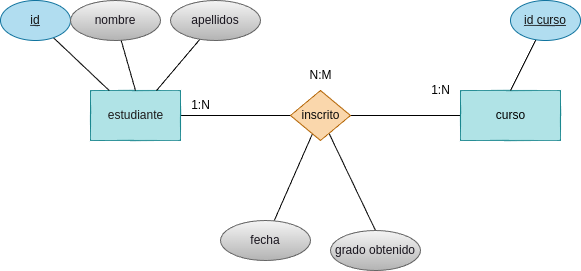
Above: tareas/tarea-3/images/ejercicio12.drawio.png in betancorge/base-datos-2 (draw.io), before the change. Source tidied: cells renumbered, new cells last; positions are measured from the earlier drawing's top-left corner, leaving out a move shared by most shapes.
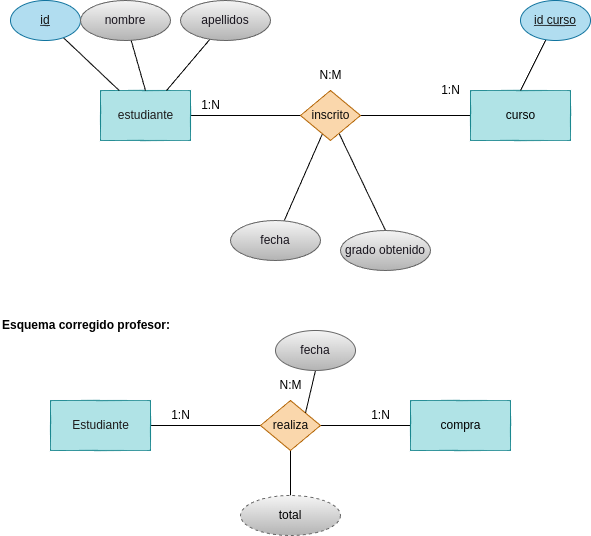
Later version of the same file.

The edit, as a diff of the source:
```diff
@@ -62,5 +62,44 @@
     <mxCell id="21" value="&lt;font color=&quot;#18141d&quot;&gt;grado obtenido&lt;/font&gt;" style="ellipse;whiteSpace=wrap;html=1;align=center;fillColor=#f5f5f5;gradientColor=#b3b3b3;strokeColor=#666666;" parent="1" vertex="1">
       <mxGeometry x="330" y="230" width="90" height="40" as="geometry" />
     </mxCell>
+    <mxCell id="22" value="&lt;h1 style=&quot;margin-top: 0px;&quot;&gt;&lt;font style=&quot;font-size: 12px;&quot;&gt;Esquema corregido profesor:&lt;/font&gt;&lt;/h1&gt;" style="text;html=1;whiteSpace=wrap;overflow=hidden;rounded=0;" parent="1" vertex="1">
+      <mxGeometry x="-10" y="300" width="190" height="50" as="geometry" />
+    </mxCell>
+    <mxCell id="23" style="edgeStyle=none;html=1;entryX=0;entryY=0.5;entryDx=0;entryDy=0;endArrow=none;endFill=0;" parent="1" edge="1" source="24" target="27">
+      <mxGeometry relative="1" as="geometry" />
+    </mxCell>
+    <mxCell id="24" value="&lt;font color=&quot;#1d1b1b&quot;&gt;Estudiante&lt;/font&gt;" style="html=1;dashed=0;whitespace=wrap;fillColor=#b0e3e6;strokeColor=#0e8088;" parent="1" vertex="1">
+      <mxGeometry x="40" y="400" width="100" height="50" as="geometry" />
+    </mxCell>
+    <mxCell id="25" style="edgeStyle=none;html=1;exitX=1;exitY=0.5;exitDx=0;exitDy=0;entryX=0;entryY=0.5;entryDx=0;entryDy=0;endArrow=none;endFill=0;" parent="1" edge="1" source="27" target="28">
+      <mxGeometry relative="1" as="geometry" />
+    </mxCell>
+    <mxCell id="26" style="edgeStyle=none;html=1;entryX=0.5;entryY=0;entryDx=0;entryDy=0;endArrow=none;endFill=0;" parent="1" edge="1" source="27" target="34">
+      <mxGeometry relative="1" as="geometry" />
+    </mxCell>
+    <mxCell id="27" value="&lt;font color=&quot;#0a0a0a&quot;&gt;realiza&lt;/font&gt;" style="shape=rhombus;html=1;dashed=0;whitespace=wrap;perimeter=rhombusPerimeter;fillColor=#fad7ac;strokeColor=#b46504;" parent="1" vertex="1">
+      <mxGeometry x="250" y="400" width="60" height="50" as="geometry" />
+    </mxCell>
+    <mxCell id="28" value="&lt;font color=&quot;#000000&quot;&gt;compra&lt;/font&gt;" style="html=1;dashed=0;whitespace=wrap;fillColor=#b0e3e6;strokeColor=#0e8088;" parent="1" vertex="1">
+      <mxGeometry x="400" y="400" width="100" height="50" as="geometry" />
+    </mxCell>
+    <mxCell id="29" value="1:N" style="text;html=1;align=center;verticalAlign=middle;strokeColor=none;fillColor=none;" parent="1" vertex="1">
+      <mxGeometry x="350" y="400" width="40" height="30" as="geometry" />
+    </mxCell>
+    <mxCell id="30" value="1:N" style="text;html=1;align=center;verticalAlign=middle;strokeColor=none;fillColor=none;" parent="1" vertex="1">
+      <mxGeometry x="150" y="400" width="40" height="30" as="geometry" />
+    </mxCell>
+    <mxCell id="31" value="N:M" style="text;html=1;align=center;verticalAlign=middle;strokeColor=none;fillColor=none;" parent="1" vertex="1">
+      <mxGeometry x="255" y="370" width="50" height="30" as="geometry" />
+    </mxCell>
+    <mxCell id="32" style="edgeStyle=none;html=1;entryX=0.5;entryY=1;entryDx=0;entryDy=0;endArrow=none;endFill=0;exitX=1;exitY=0;exitDx=0;exitDy=0;" parent="1" edge="1" source="27" target="33">
+      <mxGeometry relative="1" as="geometry" />
+    </mxCell>
+    <mxCell id="33" value="&lt;font color=&quot;#18141d&quot;&gt;fecha&lt;/font&gt;" style="ellipse;whiteSpace=wrap;html=1;align=center;fillColor=#f5f5f5;gradientColor=#b3b3b3;strokeColor=#666666;" parent="1" vertex="1">
+      <mxGeometry x="265" y="330" width="80" height="40" as="geometry" />
+    </mxCell>
+    <mxCell id="34" value="total" style="ellipse;whiteSpace=wrap;html=1;align=center;dashed=1;fillColor=#f5f5f5;gradientColor=#b3b3b3;strokeColor=#666666;" parent="1" vertex="1">
+      <mxGeometry x="230" y="495" width="100" height="40" as="geometry" />
+    </mxCell>
   </root>
 </mxGraphModel>
```
